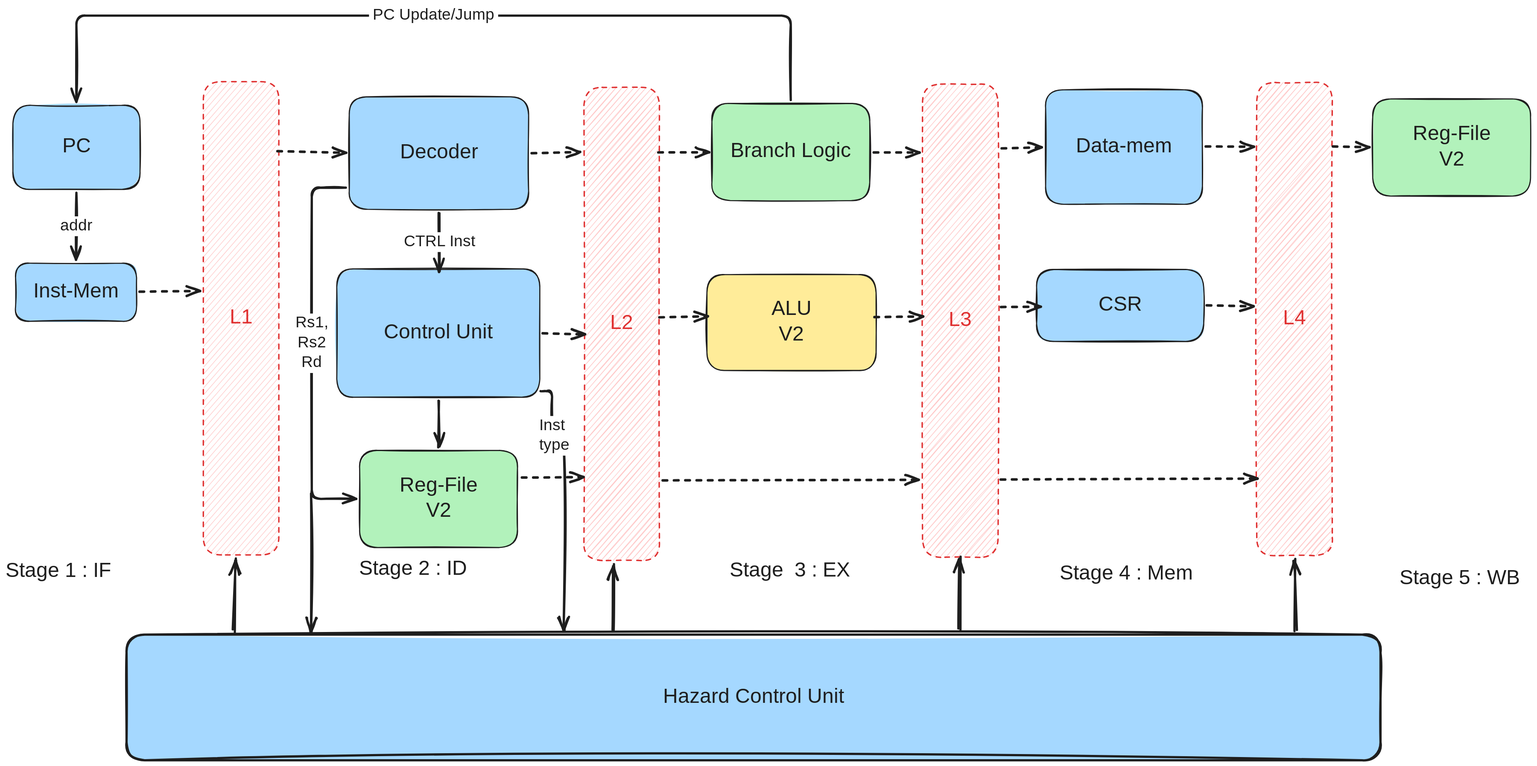
Above: img/Overview2.svg in thatdanish/RippleV (Excalidraw), before the change. Source tidied: one line per element, renumbered; positions are measured from the earlier drawing's top-left corner, leaving out a move shared by most shapes.
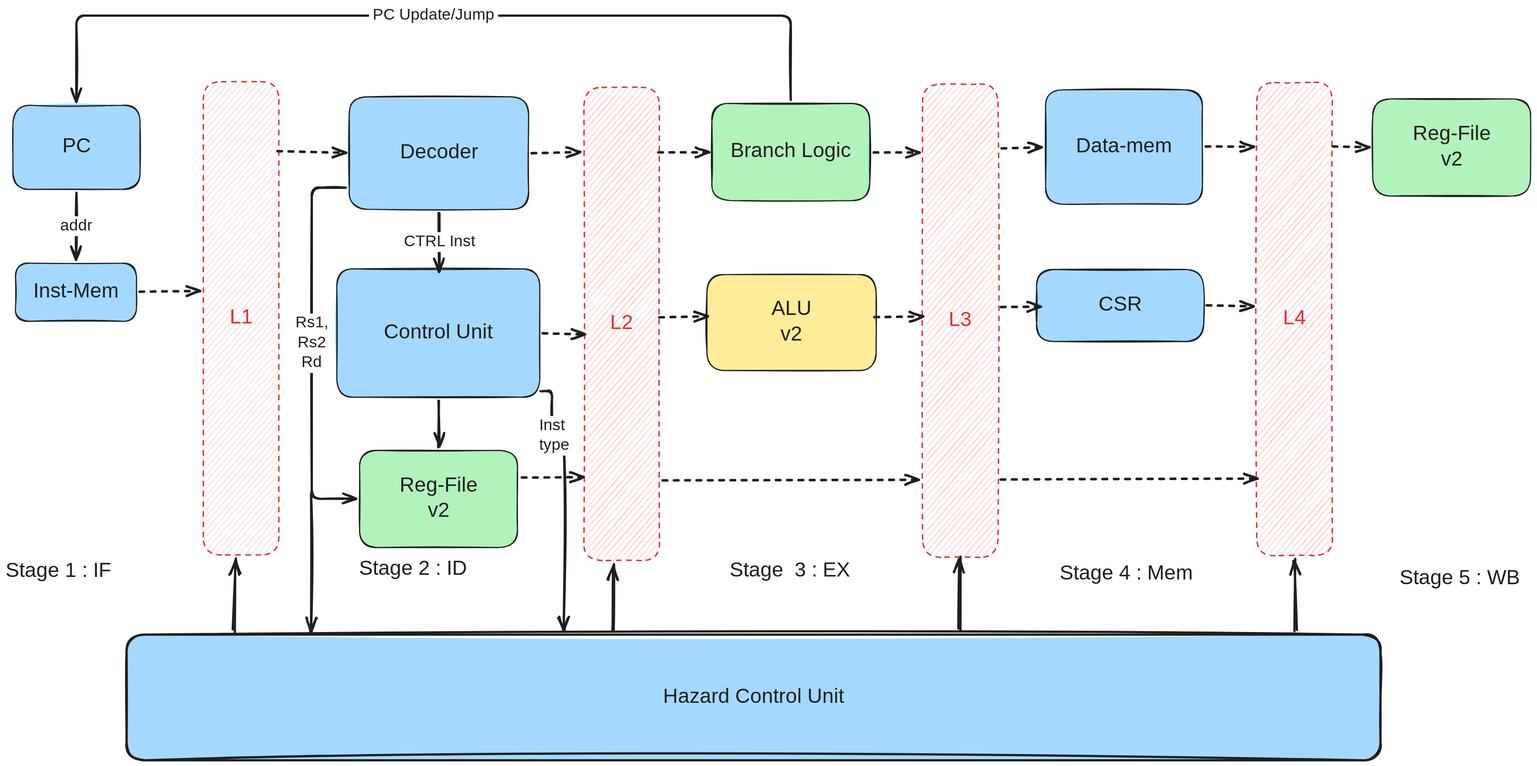
The same file after the commit.

Change to the diagram source:
```diff
@@ -13,7 +13,7 @@
 {"id": 12, "type": "arrow", "strokeColor": "#1e1e1e", "backgroundColor": "#ffc9c9", "fillStyle": "hachure", "strokeWidth": 4, "roughness": 1, "endArrowhead": "arrow", "from": 8, "to": 10, "x": 125, "y": 330, "width": 1, "height": 118, "points": [[0, 0], [-1, 118]]}
 {"id": 13, "type": "text", "text": "addr", "strokeColor": "#1e1e1e", "backgroundColor": "#a5d8ff", "fillStyle": "solid", "strokeWidth": 4, "roughness": 2, "fontSize": 28, "fontFamily": 5, "textAlign": "center", "verticalAlign": "middle", "inside": 12, "x": 94, "y": 372, "width": 62, "height": 35}
 {"id": 14, "type": "rectangle", "strokeColor": "#1e1e1e", "backgroundColor": "#b2f2bb", "fillStyle": "solid", "strokeWidth": 2, "roughness": 1, "round": true, "x": 625, "y": 785, "width": 279, "height": 172}
-{"id": 15, "type": "text", "text": "Reg-File\nV2", "strokeColor": "#1e1e1e", "backgroundColor": "#ffc9c9", "fillStyle": "hachure", "strokeWidth": 4, "roughness": 1, "fontSize": 36, "fontFamily": 5, "textAlign": "center", "verticalAlign": "middle", "inside": 14, "x": 694, "y": 826, "width": 141, "height": 90}
+{"id": 15, "type": "text", "text": "Reg-File\nv2", "strokeColor": "#1e1e1e", "backgroundColor": "#ffc9c9", "fillStyle": "hachure", "strokeWidth": 4, "roughness": 1, "fontSize": 36, "fontFamily": 5, "textAlign": "center", "verticalAlign": "middle", "inside": 14, "x": 694, "y": 826, "width": 141, "height": 90}
 {"id": 16, "type": "rectangle", "strokeColor": "#1e1e1e", "backgroundColor": "#a5d8ff", "fillStyle": "solid", "strokeWidth": 2, "roughness": 1, "round": true, "x": 607, "y": 161, "width": 317, "height": 199}
 {"id": 17, "type": "text", "text": "Decoder", "strokeColor": "#1e1e1e", "strokeWidth": 2, "roughness": 1, "fontSize": 36, "fontFamily": 5, "textAlign": "center", "verticalAlign": "middle", "inside": 16, "x": 693, "y": 238, "width": 143, "height": 45}
 {"id": 18, "type": "rectangle", "strokeColor": "#1e1e1e", "backgroundColor": "#a5d8ff", "fillStyle": "solid", "strokeWidth": 2, "roughness": 1, "round": true, "x": 585, "y": 465, "width": 358, "height": 227}
@@ -22,13 +22,13 @@
 {"id": 21, "type": "text", "text": "CTRL Inst", "strokeColor": "#1e1e1e", "backgroundColor": "#a5d8ff", "fillStyle": "solid", "strokeWidth": 4, "roughness": 2, "fontSize": 28, "fontFamily": 5, "textAlign": "center", "verticalAlign": "middle", "inside": 20, "x": 692, "y": 400, "width": 149, "height": 35}
 {"id": 22, "type": "arrow", "strokeColor": "#1e1e1e", "backgroundColor": "#ffc9c9", "fillStyle": "hachure", "strokeWidth": 4, "roughness": 1, "endArrowhead": "arrow", "round": true, "from": 18, "to": 14, "x": 764, "y": 698, "width": 0, "height": 82, "points": [[0, 0], [0, 82]]}
 {"id": 23, "type": "rectangle", "strokeColor": "#1e1e1e", "backgroundColor": "#ffec99", "fillStyle": "solid", "strokeWidth": 2, "roughness": 1, "round": true, "x": 1238, "y": 475, "width": 299, "height": 169}
-{"id": 24, "type": "text", "text": "ALU\nV2", "strokeColor": "#1e1e1e", "strokeWidth": 2, "roughness": 1, "fontSize": 36, "fontFamily": 5, "textAlign": "center", "verticalAlign": "middle", "inside": 23, "x": 1352, "y": 515, "width": 70, "height": 90}
+{"id": 24, "type": "text", "text": "ALU\nv2", "strokeColor": "#1e1e1e", "strokeWidth": 2, "roughness": 1, "fontSize": 36, "fontFamily": 5, "textAlign": "center", "verticalAlign": "middle", "inside": 23, "x": 1352, "y": 515, "width": 70, "height": 90}
 {"id": 25, "type": "rectangle", "strokeColor": "#1e1e1e", "backgroundColor": "#a5d8ff", "fillStyle": "solid", "strokeWidth": 2, "roughness": 1, "round": true, "x": 1836, "y": 149, "width": 277, "height": 202}
 {"id": 26, "type": "text", "text": "Data-mem", "strokeColor": "#1e1e1e", "strokeWidth": 2, "roughness": 1, "fontSize": 36, "fontFamily": 5, "textAlign": "center", "verticalAlign": "middle", "inside": 25, "x": 1889, "y": 227, "width": 171, "height": 45}
 {"id": 27, "type": "rectangle", "strokeColor": "#1e1e1e", "backgroundColor": "#a5d8ff", "fillStyle": "solid", "strokeWidth": 2, "roughness": 1, "round": true, "x": 1820, "y": 466, "width": 295, "height": 127}
 {"id": 28, "type": "text", "text": "CSR", "strokeColor": "#1e1e1e", "strokeWidth": 2, "roughness": 1, "fontSize": 36, "fontFamily": 5, "textAlign": "center", "verticalAlign": "middle", "inside": 27, "x": 1932, "y": 507, "width": 72, "height": 45}
 {"id": 29, "type": "rectangle", "strokeColor": "#1e1e1e", "backgroundColor": "#b2f2bb", "fillStyle": "solid", "strokeWidth": 2, "roughness": 1, "round": true, "x": 2414, "y": 165, "width": 279, "height": 172}
-{"id": 30, "type": "text", "text": "Reg-File\nV2", "strokeColor": "#1e1e1e", "backgroundColor": "#ffc9c9", "fillStyle": "hachure", "strokeWidth": 4, "roughness": 1, "fontSize": 36, "fontFamily": 5, "textAlign": "center", "verticalAlign": "middle", "inside": 29, "x": 2483, "y": 206, "width": 141, "height": 90}
+{"id": 30, "type": "text", "text": "Reg-File\nv2", "strokeColor": "#1e1e1e", "backgroundColor": "#ffc9c9", "fillStyle": "hachure", "strokeWidth": 4, "roughness": 1, "fontSize": 36, "fontFamily": 5, "textAlign": "center", "verticalAlign": "middle", "inside": 29, "x": 2483, "y": 206, "width": 141, "height": 90}
 {"id": 31, "type": "arrow", "strokeColor": "#1e1e1e", "backgroundColor": "#b2f2bb", "fillStyle": "hachure", "strokeWidth": 4, "strokeStyle": "dashed", "roughness": 1, "endArrowhead": "arrow", "round": true, "from": 10, "to": 0, "x": 237, "y": 506, "width": 106, "height": 2, "points": [[0, 0], [106, -2]]}
 {"id": 32, "type": "arrow", "strokeColor": "#1e1e1e", "backgroundColor": "#b2f2bb", "fillStyle": "hachure", "strokeWidth": 4, "strokeStyle": "dashed", "roughness": 1, "endArrowhead": "arrow", "round": true, "from": 18, "to": 2, "x": 949, "y": 578, "width": 73, "height": 1, "points": [[0, 0], [73, 1]]}
 {"id": 33, "type": "arrow", "strokeColor": "#1e1e1e", "backgroundColor": "#b2f2bb", "fillStyle": "hachure", "strokeWidth": 4, "strokeStyle": "dashed", "roughness": 1, "endArrowhead": "arrow", "round": true, "to": 2, "x": 912, "y": 832, "width": 109, "height": 1, "points": [[0, 0], [109, -1]]}
```
